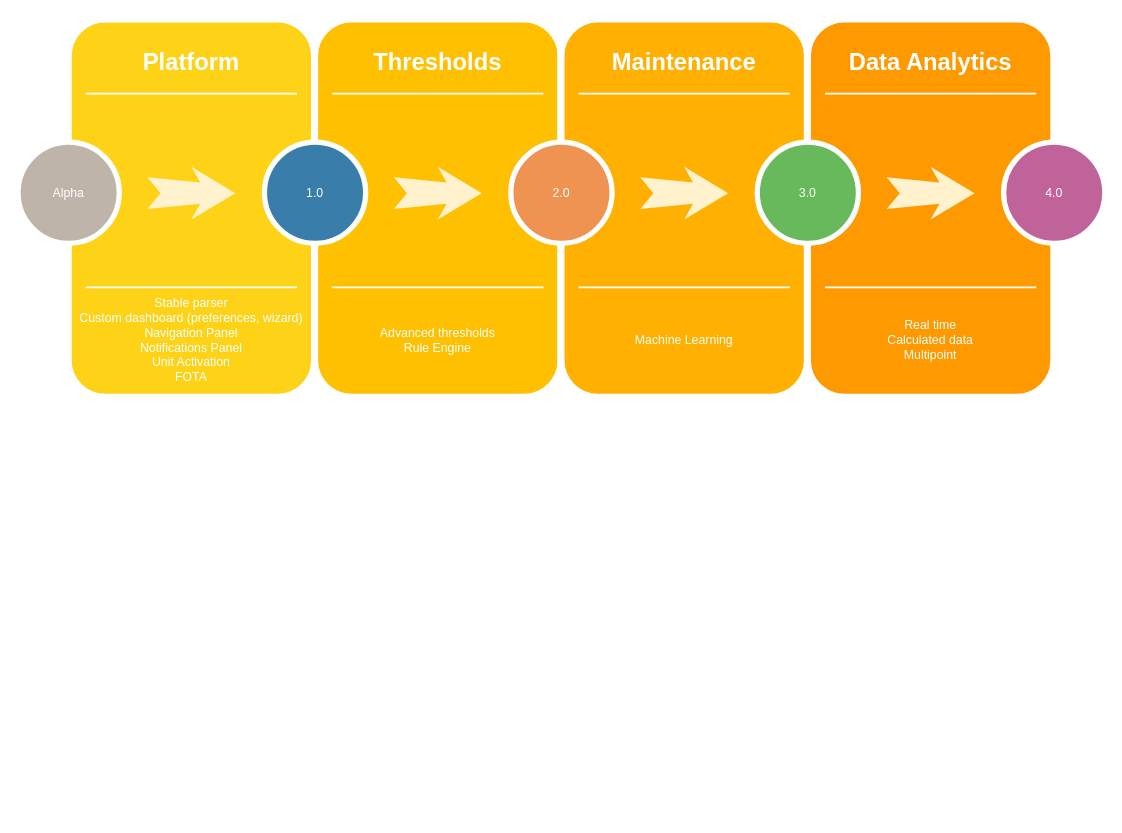
The draw.io diagram combiq/Untitled Diagram.drawio in m1guel/diagrams, before the edit. Source tidied: cells renumbered, new cells numbered last; positions are measured from the earlier drawing's top-left corner, leaving out a move shared by most shapes. Both pictures are drawn from the tidied source at 88%, with x=0, y=0 at pixel (18, 18).
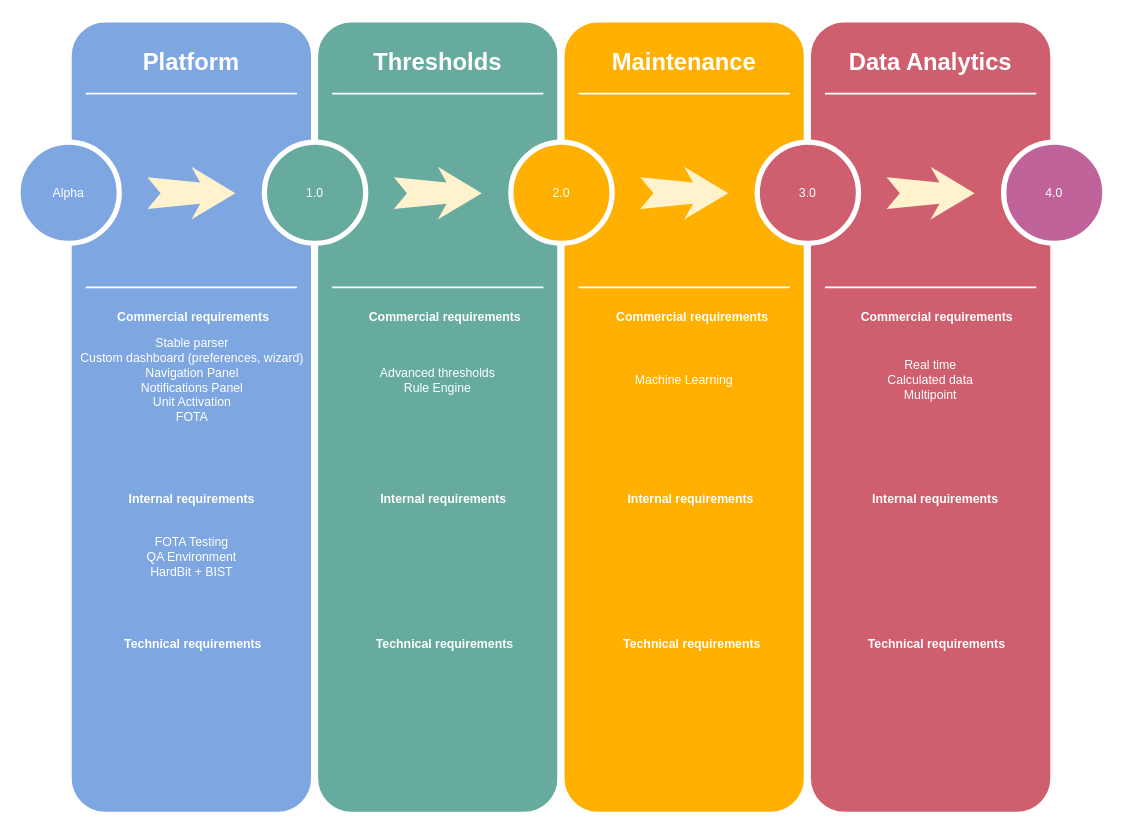
Above is the later version.

The edit, as a diff of the source:
```diff
@@
-    <mxCell id="2" style="whiteSpace=wrap;html=1;rounded=1;shadow=0;strokeWidth=8;fontSize=20;align=center;fillColor=#FED217;strokeColor=#FFFFFF;" parent="1" vertex="1">
-      <mxGeometry x="57" width="280" height="430" as="geometry" />
+    <mxCell id="2" style="whiteSpace=wrap;html=1;rounded=1;shadow=0;strokeWidth=8;fontSize=20;align=center;fillColor=#7EA6E0;strokeColor=#FFFFFF;" parent="1" vertex="1">
+      <mxGeometry x="57" width="280" height="905" as="geometry" />
     </mxCell>
@@
     <mxCell id="4" value="Stable parser&lt;br&gt;Custom dashboard (preferences, wizard)&lt;br&gt;Navigation Panel&lt;br&gt;Notifications Panel&lt;br&gt;Unit Activation&lt;br&gt;FOTA&lt;br&gt;" style="text;html=1;strokeColor=none;fillColor=none;align=center;verticalAlign=middle;whiteSpace=wrap;rounded=0;shadow=0;fontSize=14;fontColor=#FFFFFF;" parent="1" vertex="1">
-      <mxGeometry x="57" y="320" width="280" height="90" as="geometry" />
+      <mxGeometry x="57.5" y="365" width="280" height="90" as="geometry" />
     </mxCell>
@@
-    <mxCell id="7" value="Alpha" style="ellipse;whiteSpace=wrap;html=1;rounded=0;shadow=0;strokeWidth=6;fontSize=14;align=center;fillColor=#BFB4A9;strokeColor=#FFFFFF;fontColor=#FFFFFF;" parent="1" vertex="1">
+    <mxCell id="7" value="Alpha" style="ellipse;whiteSpace=wrap;html=1;rounded=0;shadow=0;strokeWidth=6;fontSize=14;align=center;fillColor=#7EA6E0;strokeColor=#FFFFFF;fontColor=#FFFFFF;" parent="1" vertex="1">
       <mxGeometry y="140" width="115" height="115" as="geometry" />
     </mxCell>
@@
-    <mxCell id="9" style="whiteSpace=wrap;html=1;rounded=1;shadow=0;strokeWidth=8;fontSize=20;align=center;fillColor=#FFC001;strokeColor=#FFFFFF;" parent="1" vertex="1">
-      <mxGeometry x="337" width="280" height="430" as="geometry" />
+    <mxCell id="9" style="whiteSpace=wrap;html=1;rounded=1;shadow=0;strokeWidth=8;fontSize=20;align=center;fillColor=#67AB9F;strokeColor=#FFFFFF;" parent="1" vertex="1">
+      <mxGeometry x="337" width="280" height="905" as="geometry" />
     </mxCell>
@@
     <mxCell id="11" value="Advanced thresholds&lt;br&gt;Rule Engine&lt;br&gt;" style="text;html=1;strokeColor=none;fillColor=none;align=center;verticalAlign=middle;whiteSpace=wrap;rounded=0;shadow=0;fontSize=14;fontColor=#FFFFFF;" parent="1" vertex="1">
-      <mxGeometry x="337" y="320" width="280" height="90" as="geometry" />
+      <mxGeometry x="337" y="365" width="280" height="90" as="geometry" />
     </mxCell>
@@
-    <mxCell id="14" value="1.0" style="ellipse;whiteSpace=wrap;html=1;rounded=0;shadow=0;strokeWidth=6;fontSize=14;align=center;fillColor=#397DAA;strokeColor=#FFFFFF;fontColor=#FFFFFF;" parent="1" vertex="1">
+    <mxCell id="14" value="1.0" style="ellipse;whiteSpace=wrap;html=1;rounded=0;shadow=0;strokeWidth=6;fontSize=14;align=center;fillColor=#67AB9F;strokeColor=#FFFFFF;fontColor=#FFFFFF;" parent="1" vertex="1">
       <mxGeometry x="280" y="140" width="115" height="115" as="geometry" />
     </mxCell>
@@
     <mxCell id="16" style="whiteSpace=wrap;html=1;rounded=1;shadow=0;strokeWidth=8;fontSize=20;align=center;fillColor=#FFB001;strokeColor=#FFFFFF;" parent="1" vertex="1">
-      <mxGeometry x="617" width="280" height="430" as="geometry" />
+      <mxGeometry x="617" width="280" height="905" as="geometry" />
     </mxCell>
@@
     <mxCell id="18" value="Machine Learning&lt;br&gt;" style="text;html=1;strokeColor=none;fillColor=none;align=center;verticalAlign=middle;whiteSpace=wrap;rounded=0;shadow=0;fontSize=14;fontColor=#FFFFFF;" parent="1" vertex="1">
-      <mxGeometry x="617" y="320" width="280" height="90" as="geometry" />
+      <mxGeometry x="617" y="365" width="280" height="90" as="geometry" />
     </mxCell>
@@
-    <mxCell id="21" value="2.0" style="ellipse;whiteSpace=wrap;html=1;rounded=0;shadow=0;strokeWidth=6;fontSize=14;align=center;fillColor=#EF9353;strokeColor=#FFFFFF;fontColor=#FFFFFF;" parent="1" vertex="1">
+    <mxCell id="21" value="2.0" style="ellipse;whiteSpace=wrap;html=1;rounded=0;shadow=0;strokeWidth=6;fontSize=14;align=center;fillColor=#FFB001;strokeColor=#FFFFFF;fontColor=#FFFFFF;" parent="1" vertex="1">
       <mxGeometry x="560" y="140" width="115" height="115" as="geometry" />
     </mxCell>
@@
-    <mxCell id="23" style="whiteSpace=wrap;html=1;rounded=1;shadow=0;strokeWidth=8;fontSize=20;align=center;fillColor=#FE9900;strokeColor=#FFFFFF;" parent="1" vertex="1">
-      <mxGeometry x="897" width="280" height="430" as="geometry" />
+    <mxCell id="23" style="whiteSpace=wrap;html=1;rounded=1;shadow=0;strokeWidth=8;fontSize=20;align=center;fillColor=#CF5F6E;strokeColor=#FFFFFF;" parent="1" vertex="1">
+      <mxGeometry x="897" width="280" height="905" as="geometry" />
     </mxCell>
@@
     <mxCell id="25" value="Real time&lt;br&gt;Calculated data&lt;br&gt;Multipoint&lt;br&gt;" style="text;html=1;strokeColor=none;fillColor=none;align=center;verticalAlign=middle;whiteSpace=wrap;rounded=0;shadow=0;fontSize=14;fontColor=#FFFFFF;" parent="1" vertex="1">
-      <mxGeometry x="897" y="320" width="280" height="90" as="geometry" />
+      <mxGeometry x="897" y="365" width="280" height="90" as="geometry" />
     </mxCell>
@@
-    <mxCell id="28" value="3.0" style="ellipse;whiteSpace=wrap;html=1;rounded=0;shadow=0;strokeWidth=6;fontSize=14;align=center;fillColor=#68B85C;strokeColor=#FFFFFF;fontColor=#FFFFFF;" parent="1" vertex="1">
+    <mxCell id="28" value="3.0" style="ellipse;whiteSpace=wrap;html=1;rounded=0;shadow=0;strokeWidth=6;fontSize=14;align=center;fillColor=#CF5F6E;strokeColor=#FFFFFF;fontColor=#FFFFFF;" parent="1" vertex="1">
       <mxGeometry x="840" y="140" width="115" height="115" as="geometry" />
     </mxCell>
@@
+    <mxCell id="31" value="Commercial requirements" style="text;html=1;align=left;verticalAlign=top;spacingTop=-4;fontStyle=1;fontSize=14;fontColor=#FFFFFF;" parent="1" vertex="1">
+      <mxGeometry x="111" y="327.5" width="150" height="20" as="geometry" />
+    </mxCell>
+    <mxCell id="32" value="Commercial requirements" style="text;html=1;align=left;verticalAlign=top;spacingTop=-4;fontStyle=1;fontSize=14;fontColor=#FFFFFF;" parent="1" vertex="1">
+      <mxGeometry x="397" y="327.5" width="150" height="20" as="geometry" />
+    </mxCell>
+    <mxCell id="33" value="Commercial requirements" style="text;html=1;align=left;verticalAlign=top;spacingTop=-4;fontStyle=1;fontSize=14;fontColor=#FFFFFF;" parent="1" vertex="1">
+      <mxGeometry x="678" y="327.5" width="150" height="20" as="geometry" />
+    </mxCell>
+    <mxCell id="34" value="Commercial requirements" style="text;html=1;align=left;verticalAlign=top;spacingTop=-4;fontStyle=1;fontSize=14;fontColor=#FFFFFF;" parent="1" vertex="1">
+      <mxGeometry x="956" y="327.5" width="150" height="20" as="geometry" />
+    </mxCell>
+    <mxCell id="35" value="Internal requirements" style="text;html=1;align=left;verticalAlign=top;spacingTop=-4;fontStyle=1;fontSize=14;fontColor=#FFFFFF;" parent="1" vertex="1">
+      <mxGeometry x="124" y="535" width="150" height="20" as="geometry" />
+    </mxCell>
+    <mxCell id="36" value="Internal requirements" style="text;html=1;align=left;verticalAlign=top;spacingTop=-4;fontStyle=1;fontSize=14;fontColor=#FFFFFF;" parent="1" vertex="1">
+      <mxGeometry x="410" y="535" width="150" height="20" as="geometry" />
+    </mxCell>
+    <mxCell id="37" value="Internal requirements" style="text;html=1;align=left;verticalAlign=top;spacingTop=-4;fontStyle=1;fontSize=14;fontColor=#FFFFFF;" parent="1" vertex="1">
+      <mxGeometry x="691" y="535" width="150" height="20" as="geometry" />
+    </mxCell>
+    <mxCell id="38" value="Internal requirements" style="text;html=1;align=left;verticalAlign=top;spacingTop=-4;fontStyle=1;fontSize=14;fontColor=#FFFFFF;" parent="1" vertex="1">
+      <mxGeometry x="969" y="535" width="150" height="20" as="geometry" />
+    </mxCell>
+    <mxCell id="39" value="Technical requirements" style="text;html=1;align=left;verticalAlign=top;spacingTop=-4;fontStyle=1;fontSize=14;fontColor=#FFFFFF;" parent="1" vertex="1">
+      <mxGeometry x="119" y="699" width="160" height="20" as="geometry" />
+    </mxCell>
+    <mxCell id="40" value="Technical requirements" style="text;html=1;align=left;verticalAlign=top;spacingTop=-4;fontStyle=1;fontSize=14;fontColor=#FFFFFF;" parent="1" vertex="1">
+      <mxGeometry x="405" y="699" width="160" height="20" as="geometry" />
+    </mxCell>
+    <mxCell id="41" value="Technical requirements" style="text;html=1;align=left;verticalAlign=top;spacingTop=-4;fontStyle=1;fontSize=14;fontColor=#FFFFFF;" parent="1" vertex="1">
+      <mxGeometry x="686" y="699" width="160" height="20" as="geometry" />
+    </mxCell>
+    <mxCell id="42" value="Technical requirements" style="text;html=1;align=left;verticalAlign=top;spacingTop=-4;fontStyle=1;fontSize=14;fontColor=#FFFFFF;" parent="1" vertex="1">
+      <mxGeometry x="964" y="699" width="160" height="20" as="geometry" />
+    </mxCell>
+    <mxCell id="43" value="FOTA Testing&lt;br&gt;QA Environment&lt;br&gt;HardBit + BIST&lt;br&gt;" style="text;html=1;align=center;verticalAlign=top;spacingTop=-4;fontSize=14;fontColor=#FFFFFF;" parent="1" vertex="1">
+      <mxGeometry x="137" y="584" width="120" height="50" as="geometry" />
+    </mxCell>
```
